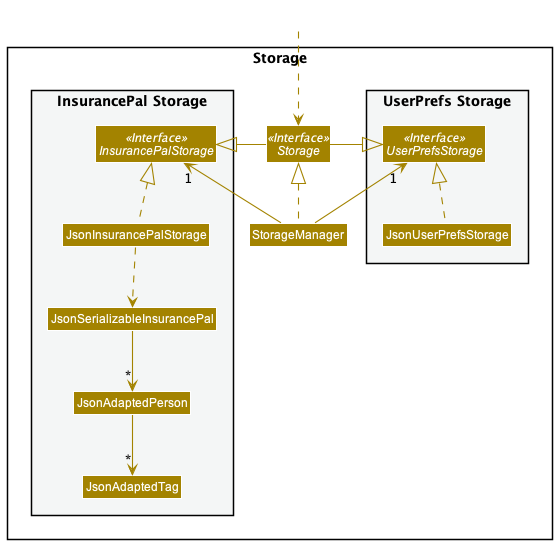
Before: docs/images/StorageClassDiagram.png, a diagram exported from PlantUML (nus-cs2103-AY2122S1/tp).
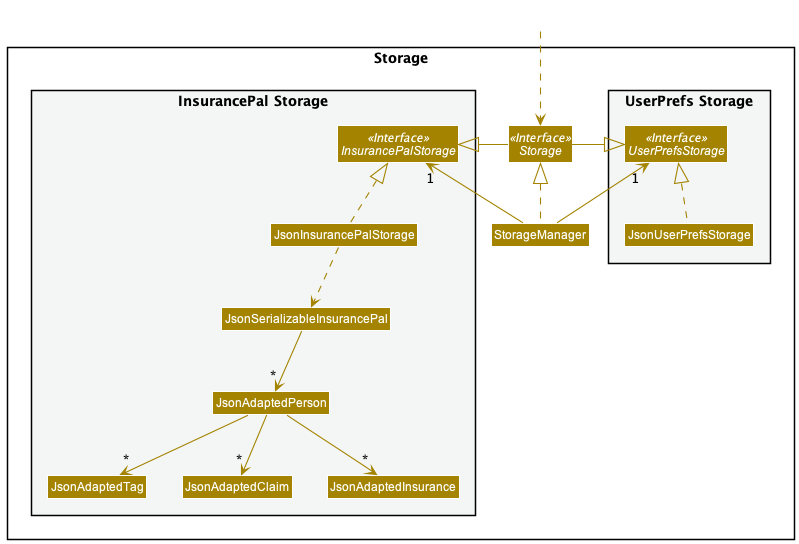
Later version of the same file.

Commit message:
Upload correct version of Storage class diagram

Change to the diagram source:
```diff
@@ -20,6 +20,8 @@
 Class JsonSerializableInsurancePal
 Class JsonAdaptedPerson
 Class JsonAdaptedTag
+Class JsonAdaptedClaim
+Class JsonAdaptedInsurance
 }
 
 }
@@ -39,5 +41,7 @@
 JsonInsurancePalStorage ..> JsonSerializableInsurancePal
 JsonSerializableInsurancePal --> "*" JsonAdaptedPerson
 JsonAdaptedPerson --> "*" JsonAdaptedTag
+JsonAdaptedPerson --> "*" JsonAdaptedClaim
+JsonAdaptedPerson --> "*" JsonAdaptedInsurance
 
 @enduml
```
